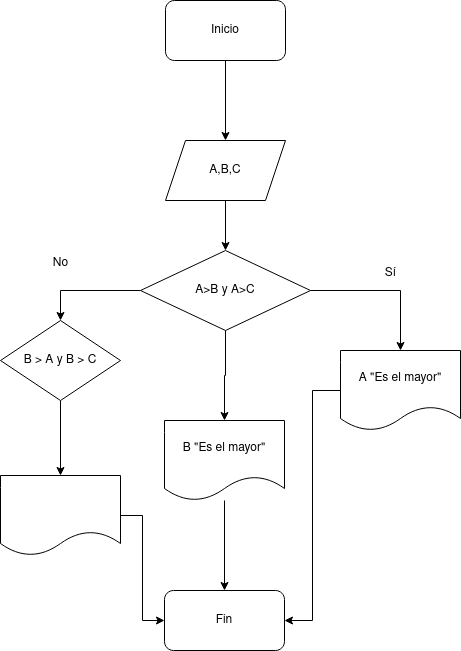
This is Unidad1/images/Diagrama ejercicio2.drawio.png from SantiagoJTB/programacion, a draw.io export, as it was before one commit. Source tidied: cells renumbered, new cells last; positions are measured from the earlier drawing's top-left corner, leaving out a move shared by most shapes.
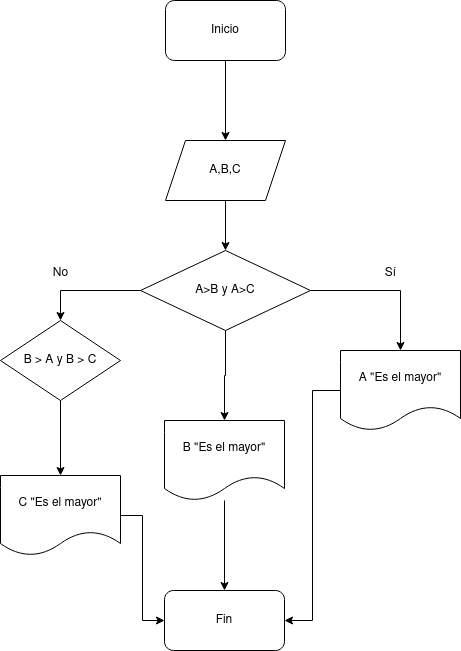
Later version of the same file.

What changed in the source:
```diff
@@ -35,7 +35,7 @@
     <mxCell id="12" style="edgeStyle=orthogonalEdgeStyle;rounded=0;jettySize=auto;html=1;entryX=0;entryY=0.5;entryDx=0;entryDy=0;" parent="1" edge="1" source="13" target="18">
       <mxGeometry relative="1" as="geometry" />
     </mxCell>
-    <mxCell id="13" style="shape=document;whiteSpace=wrap;html=1;boundedLbl=1;" parent="1" vertex="1">
+    <mxCell id="13" value="C &quot;Es el mayor&quot;" style="shape=document;whiteSpace=wrap;html=1;boundedLbl=1;" parent="1" vertex="1">
       <mxGeometry y="475" width="120" height="80" as="geometry" />
     </mxCell>
     <mxCell id="14" style="edgeStyle=orthogonalEdgeStyle;rounded=0;jettySize=auto;html=1;entryX=0.5;entryY=0;entryDx=0;entryDy=0;" parent="1" edge="1" source="15" target="18">
@@ -54,7 +54,7 @@
       <mxGeometry x="164" y="590" width="120" height="60" as="geometry" />
     </mxCell>
     <mxCell id="19" value="No" style="text;html=1;align=center;verticalAlign=middle;strokeColor=none;fillColor=none;" parent="1" vertex="1">
-      <mxGeometry x="40" y="248" width="40" height="30" as="geometry" />
+      <mxGeometry x="40" y="258" width="40" height="30" as="geometry" />
     </mxCell>
     <mxCell id="20" value="Sí" style="text;html=1;align=center;verticalAlign=middle;strokeColor=none;fillColor=none;" parent="1" vertex="1">
       <mxGeometry x="375" y="258" width="30" height="30" as="geometry" />
```
